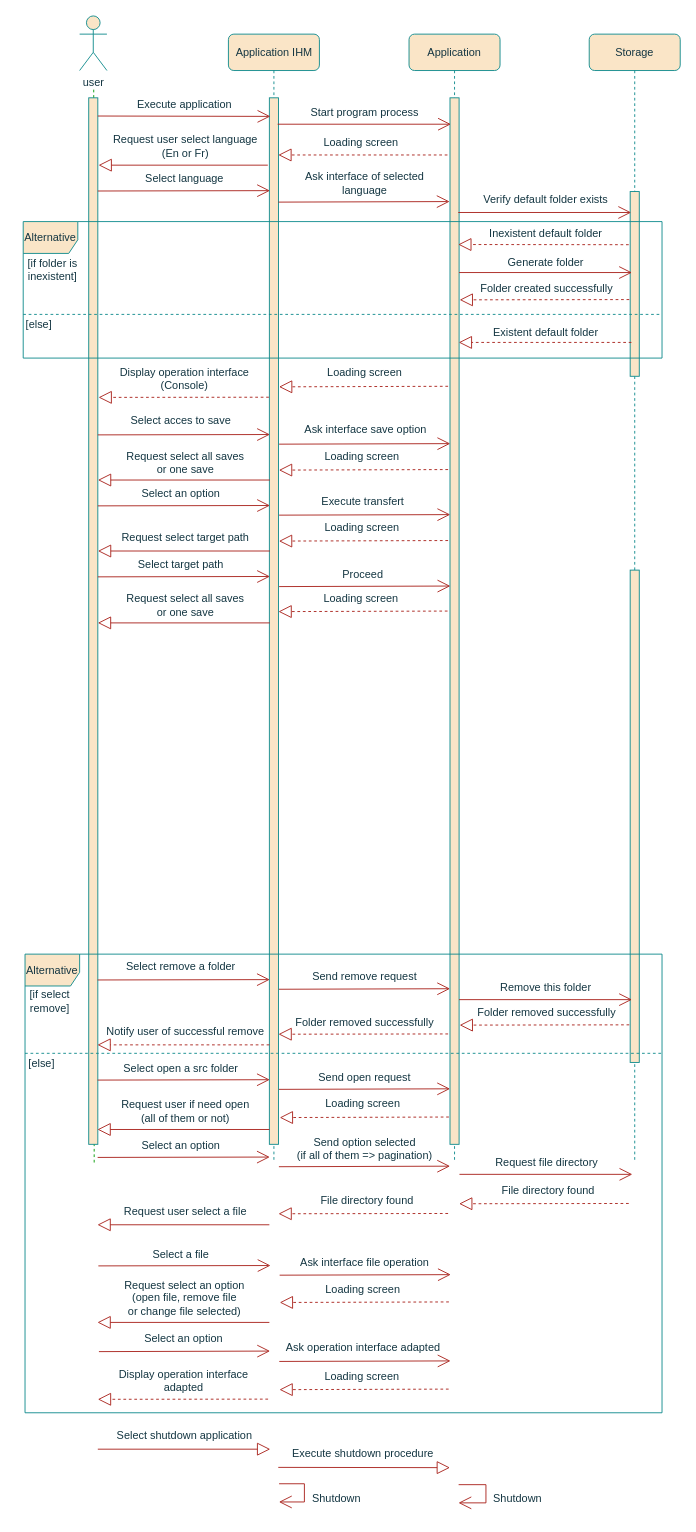
Earlier version of the draw.io diagram page "Page-1" (1 of 3) of consult diagram.drawio (Weicheng178/UML). Source tidied: cells renumbered, new cells numbered last; positions are measured from the earlier drawing's top-left corner, leaving out a move shared by most shapes. Both pictures are drawn from the tidied source at 91%, with x=0, y=0 at pixel (15, 15).
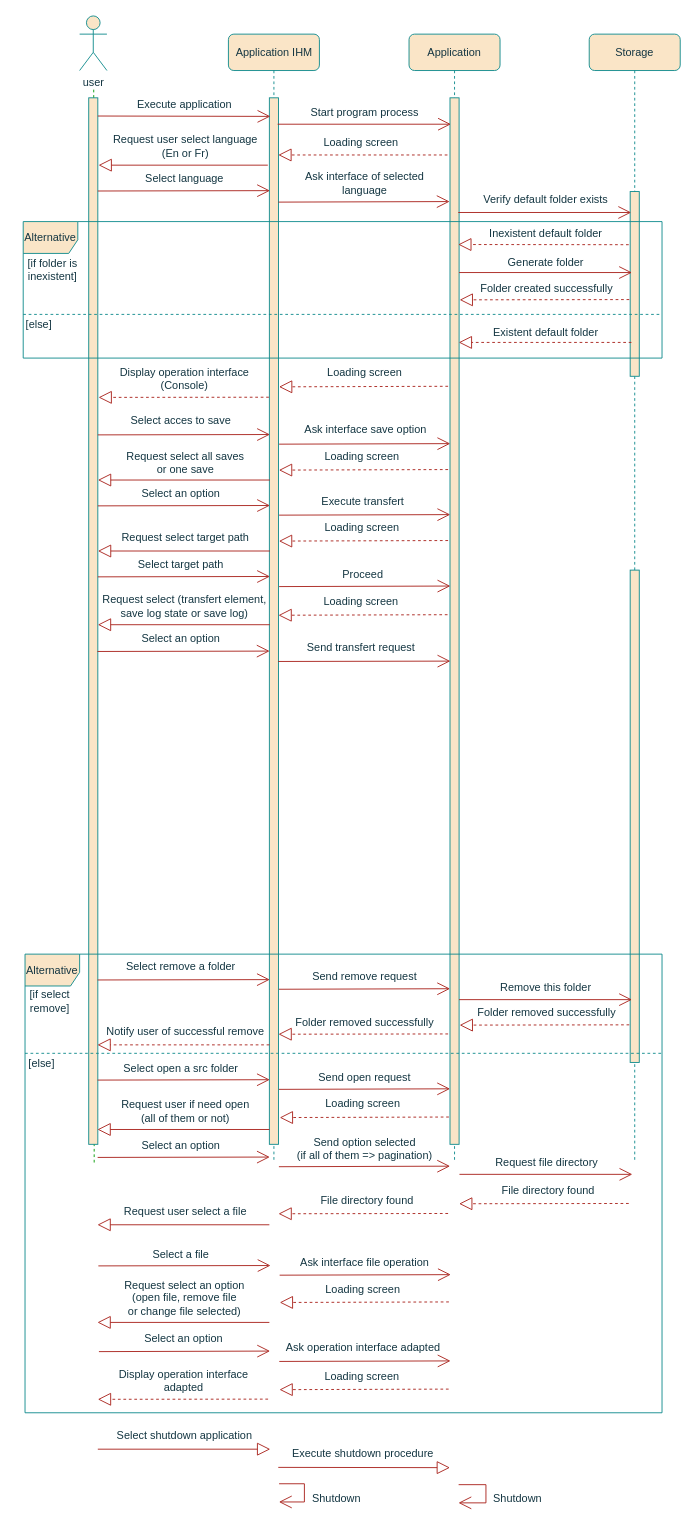
After the change.

Diff of the diagram source:
```diff
@@
     <mxCell id="122" value="Loading screen" style="text;html=1;align=center;verticalAlign=middle;strokeColor=none;fillColor=none;rounded=1;fontColor=#143642;" parent="1" vertex="1">
-      <mxGeometry x="324.1" y="625" width="110" height="30" as="geometry" />
+      <mxGeometry x="324.1" y="629" width="110" height="30" as="geometry" />
     </mxCell>
     <mxCell id="123" style="endArrow=block;dashed=1;endFill=0;endSize=12;html=1;rounded=1;exitX=-0.211;exitY=0.186;exitDx=0;exitDy=0;exitPerimeter=0;labelBackgroundColor=#DAD2D8;strokeColor=#A8201A;fontColor=#143642;" parent="1" edge="1">
       <mxGeometry relative="1" as="geometry">
-        <mxPoint x="474.3" y="654" as="sourcePoint" />
-        <mxPoint x="288.5" y="654.6" as="targetPoint" />
+        <mxPoint x="474.3" y="658" as="sourcePoint" />
+        <mxPoint x="288.5" y="658.6" as="targetPoint" />
       </mxGeometry>
     </mxCell>
-    <mxCell id="124" value="Request select all saves &lt;br&gt;or one save" style="text;html=1;align=center;verticalAlign=middle;strokeColor=none;fillColor=none;rounded=1;fontColor=#143642;" parent="1" vertex="1">
-      <mxGeometry x="110.6" y="628" width="150" height="40" as="geometry" />
+    <mxCell id="124" value="Request select (transfert element, &lt;br&gt;save log state or save log)" style="text;html=1;align=center;verticalAlign=middle;strokeColor=none;fillColor=none;rounded=1;fontColor=#143642;" parent="1" vertex="1">
+      <mxGeometry x="85.2" y="629" width="200" height="40" as="geometry" />
     </mxCell>
     <mxCell id="125" style="endArrow=block;endFill=0;endSize=12;html=1;rounded=1;labelBackgroundColor=#DAD2D8;strokeColor=#A8201A;fontColor=#143642;" parent="1" edge="1">
       <mxGeometry relative="1" as="geometry">
-        <mxPoint x="278.9" y="667" as="sourcePoint" />
-        <mxPoint x="90" y="667" as="targetPoint" />
+        <mxPoint x="278.9" y="669" as="sourcePoint" />
+        <mxPoint x="90" y="669" as="targetPoint" />
       </mxGeometry>
     </mxCell>
+    <mxCell id="126" value="Send transfert request" style="text;html=1;align=center;verticalAlign=middle;strokeColor=none;fillColor=none;rounded=1;fontColor=#143642;" parent="1" vertex="1">
+      <mxGeometry x="309" y="679" width="140" height="30" as="geometry" />
+    </mxCell>
+    <mxCell id="127" style="endArrow=open;endFill=1;endSize=12;html=1;rounded=1;entryX=0.071;entryY=0.165;entryDx=0;entryDy=0;entryPerimeter=0;labelBackgroundColor=#DAD2D8;strokeColor=#A8201A;fontColor=#143642;" parent="1" edge="1">
+      <mxGeometry relative="1" as="geometry">
+        <mxPoint x="288.2" y="709.4" as="sourcePoint" />
+        <mxPoint x="477.4" y="709" as="targetPoint" />
+      </mxGeometry>
+    </mxCell>
+    <mxCell id="128" value="Select an option" style="text;html=1;align=center;verticalAlign=middle;strokeColor=none;fillColor=none;rounded=1;fontColor=#143642;" parent="1" vertex="1">
+      <mxGeometry x="126.3" y="669" width="110" height="30" as="geometry" />
+    </mxCell>
+    <mxCell id="129" style="endArrow=open;endFill=1;endSize=12;html=1;rounded=1;entryX=0.071;entryY=0.165;entryDx=0;entryDy=0;entryPerimeter=0;labelBackgroundColor=#DAD2D8;strokeColor=#A8201A;fontColor=#143642;" parent="1" edge="1">
+      <mxGeometry relative="1" as="geometry">
+        <mxPoint x="89.6" y="698.4" as="sourcePoint" />
+        <mxPoint x="278.8" y="698" as="targetPoint" />
+      </mxGeometry>
+    </mxCell>
```
